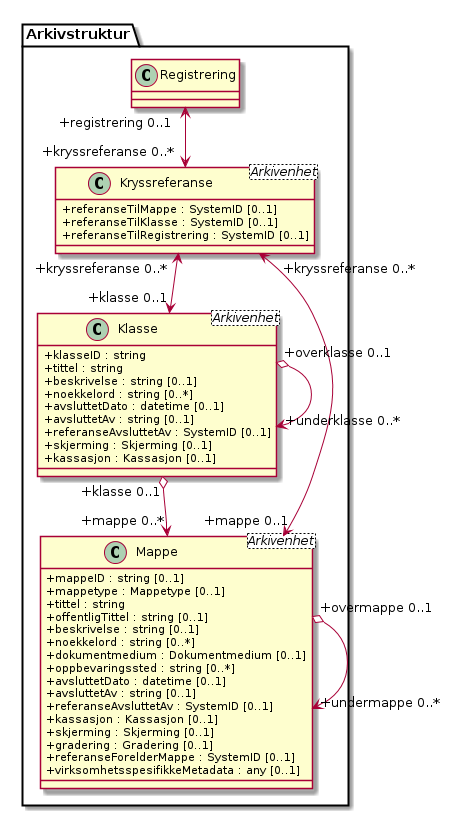
arkivverket/noark5-tjenestegrensesnitt-standard keeps this PlantUML diagram as kapitler/media/uml-arkivstruktur-kryssreferanse.png. Above is the earlier version.
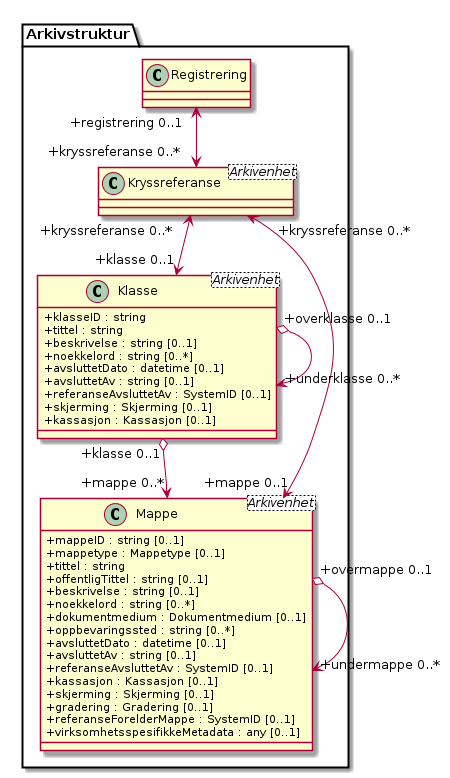
Above is the later version.

Commit message:
Oppdater PNG-utgave av UML-diagrammer etter siste endringer.

The edit, as a diff of the source:
```diff
@@ -30,9 +30,6 @@
   +virksomhetsspesifikkeMetadata : any [0..1]
 }
 class Arkivstruktur.Kryssreferanse <Arkivenhet> {
-  +referanseTilMappe : SystemID [0..1]
-  +referanseTilKlasse : SystemID [0..1]
-  +referanseTilRegistrering : SystemID [0..1]
 }
 
 Arkivstruktur.Registrering "+registrering 0..1" <--> "+kryssreferanse 0..*" Arkivstruktur.Kryssreferanse
```
